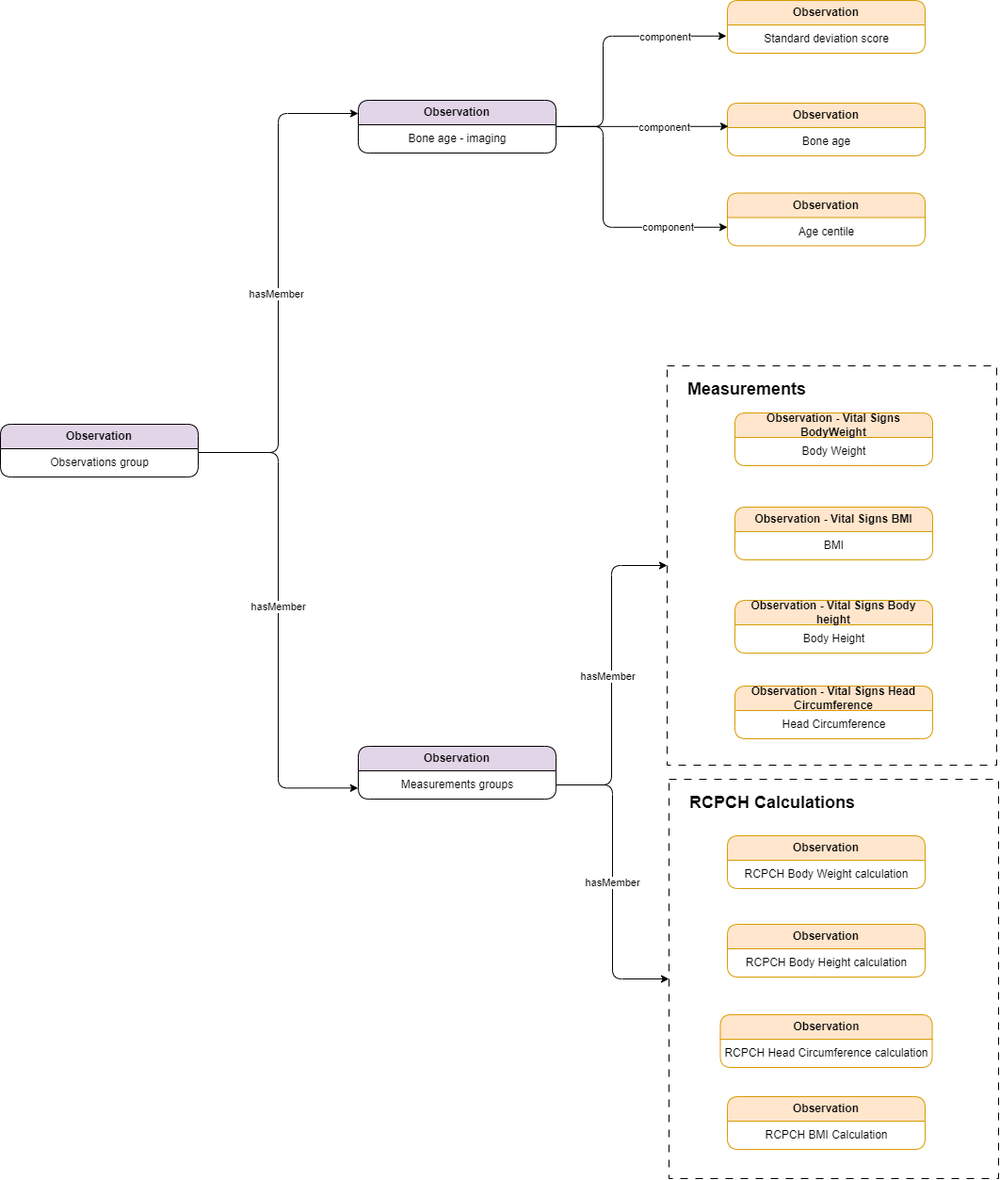
Above: Diagrams/LogicalModel-growthChart-ObservationGroup.png in GIGCymru/NHSWales-fhir-profiles (draw.io), before the change. Source tidied: cells renumbered, new cells last; positions are measured from the earlier drawing's top-left corner, leaving out a move shared by most shapes. Its diagram source:
```xml
<mxGraphModel>
  <root>
    <mxCell id="0" />
    <mxCell id="1" parent="0" />
    <mxCell id="2" value="&lt;b&gt;Observation&lt;/b&gt;" style="swimlane;fontStyle=0;horizontal=1;startSize=26;fillColor=#E1D5E7;whiteSpace=wrap;html=1;rounded=1;strokeColor=default;noLabel=0;backgroundOutline=0;" parent="1" vertex="1">
      <mxGeometry x="380" y="106" width="210" height="56" as="geometry" />
    </mxCell>
    <mxCell id="3" value="Bone age - imaging" style="text;html=1;align=center;verticalAlign=middle;points=[];strokeColor=none;fillColor=none;" parent="2" vertex="1">
      <mxGeometry y="26" width="210" height="30" as="geometry" />
    </mxCell>
    <mxCell id="4" value="&lt;b&gt;Observation&lt;/b&gt;" style="swimlane;fontStyle=0;horizontal=1;startSize=26;fillColor=#ffe6cc;whiteSpace=wrap;html=1;rounded=1;strokeColor=#d79b00;noLabel=0;backgroundOutline=0;" parent="1" vertex="1">
      <mxGeometry x="772" width="210" height="56" as="geometry" />
    </mxCell>
    <mxCell id="5" value="Standard deviation score" style="text;html=1;align=center;verticalAlign=middle;points=[];strokeColor=none;fillColor=none;" parent="4" vertex="1">
      <mxGeometry y="26" width="210" height="30" as="geometry" />
    </mxCell>
    <mxCell id="6" value="&lt;b&gt;Observation&lt;/b&gt;" style="swimlane;fontStyle=0;horizontal=1;startSize=26;fillColor=#ffe6cc;whiteSpace=wrap;html=1;rounded=1;strokeColor=#d79b00;noLabel=0;backgroundOutline=0;" parent="1" vertex="1">
      <mxGeometry x="772" y="109" width="210" height="56" as="geometry" />
    </mxCell>
    <mxCell id="7" value="Bone age" style="text;html=1;align=center;verticalAlign=middle;points=[];strokeColor=none;fillColor=none;" parent="6" vertex="1">
      <mxGeometry y="26" width="210" height="30" as="geometry" />
    </mxCell>
    <mxCell id="8" value="&lt;b&gt;Observation&lt;/b&gt;" style="swimlane;fontStyle=0;horizontal=1;startSize=26;fillColor=#ffe6cc;whiteSpace=wrap;html=1;rounded=1;strokeColor=#d79b00;noLabel=0;backgroundOutline=0;" parent="1" vertex="1">
      <mxGeometry x="772" y="204.5" width="210" height="56" as="geometry" />
    </mxCell>
    <mxCell id="9" value="Age centile" style="text;html=1;align=center;verticalAlign=middle;points=[];strokeColor=none;fillColor=none;" parent="8" vertex="1">
      <mxGeometry y="26" width="210" height="30" as="geometry" />
    </mxCell>
    <mxCell id="10" style="edgeStyle=orthogonalEdgeStyle;rounded=1;jettySize=auto;html=1;entryX=-0.005;entryY=0.392;entryDx=0;entryDy=0;entryPerimeter=0;curved=0;" parent="1" edge="1" source="2" target="5">
      <mxGeometry relative="1" as="geometry">
        <Array as="points">
          <mxPoint x="640" y="134" />
          <mxPoint x="640" y="38" />
        </Array>
      </mxGeometry>
    </mxCell>
    <mxCell id="11" value="component" style="edgeLabel;html=1;align=center;verticalAlign=middle;" parent="10" vertex="1">
      <mxGeometry x="0.6" y="-3" relative="1" as="geometry">
        <mxPoint x="-10" y="-3" as="offset" />
      </mxGeometry>
    </mxCell>
    <mxCell id="12" style="edgeStyle=orthogonalEdgeStyle;rounded=1;jettySize=auto;html=1;entryX=0.005;entryY=-0.042;entryDx=0;entryDy=0;entryPerimeter=0;curved=0;exitX=1.003;exitY=0.062;exitDx=0;exitDy=0;exitPerimeter=0;" parent="1" edge="1" source="3" target="7">
      <mxGeometry relative="1" as="geometry" />
    </mxCell>
    <mxCell id="13" value="component" style="edgeLabel;html=1;align=center;verticalAlign=middle;" parent="12" vertex="1">
      <mxGeometry x="0.5" y="3" relative="1" as="geometry">
        <mxPoint x="-23" y="3" as="offset" />
      </mxGeometry>
    </mxCell>
    <mxCell id="14" style="edgeStyle=orthogonalEdgeStyle;rounded=1;jettySize=auto;html=1;entryX=0;entryY=0.342;entryDx=0;entryDy=0;entryPerimeter=0;curved=0;exitX=1.006;exitY=0.062;exitDx=0;exitDy=0;exitPerimeter=0;" parent="1" edge="1" source="3" target="9">
      <mxGeometry relative="1" as="geometry">
        <Array as="points">
          <mxPoint x="640" y="134" />
          <mxPoint x="640" y="241" />
        </Array>
      </mxGeometry>
    </mxCell>
    <mxCell id="15" value="component" style="edgeLabel;html=1;align=center;verticalAlign=middle;" parent="14" vertex="1">
      <mxGeometry x="0.61" y="-3" relative="1" as="geometry">
        <mxPoint x="-8" y="-4" as="offset" />
      </mxGeometry>
    </mxCell>
    <mxCell id="16" value="&lt;b&gt;Observation&lt;/b&gt;" style="swimlane;fontStyle=0;horizontal=1;startSize=26;fillColor=#E1D5E7;whiteSpace=wrap;html=1;rounded=1;strokeColor=default;noLabel=0;backgroundOutline=0;" parent="1" vertex="1">
      <mxGeometry x="380" y="792" width="210" height="56" as="geometry" />
    </mxCell>
    <mxCell id="17" value="Measurements groups" style="text;html=1;align=center;verticalAlign=middle;points=[];strokeColor=none;fillColor=none;" parent="16" vertex="1">
      <mxGeometry y="26" width="210" height="30" as="geometry" />
    </mxCell>
    <mxCell id="18" style="edgeStyle=orthogonalEdgeStyle;rounded=1;jettySize=auto;html=1;entryX=0;entryY=0.25;entryDx=0;entryDy=0;curved=0;" parent="1" edge="1" source="20" target="2">
      <mxGeometry relative="1" as="geometry">
        <Array as="points">
          <mxPoint x="295" y="480" />
          <mxPoint x="295" y="120" />
        </Array>
      </mxGeometry>
    </mxCell>
    <mxCell id="19" value="hasMember" style="edgeLabel;html=1;align=center;verticalAlign=middle;" parent="18" vertex="1">
      <mxGeometry x="-0.53" y="3" relative="1" as="geometry">
        <mxPoint y="-129" as="offset" />
      </mxGeometry>
    </mxCell>
    <mxCell id="20" value="&lt;b&gt;Observation&lt;/b&gt;" style="swimlane;fontStyle=0;horizontal=1;startSize=26;fillColor=#E1D5E7;whiteSpace=wrap;html=1;rounded=1;strokeColor=default;noLabel=0;backgroundOutline=0;" parent="1" vertex="1">
      <mxGeometry y="450" width="210" height="56" as="geometry" />
    </mxCell>
    <mxCell id="21" value="Observations group" style="text;html=1;align=center;verticalAlign=middle;points=[];strokeColor=none;fillColor=none;" parent="20" vertex="1">
      <mxGeometry y="26" width="210" height="30" as="geometry" />
    </mxCell>
    <mxCell id="22" style="group;" parent="1" vertex="1">
      <mxGeometry x="710" y="827" width="350" height="424" as="geometry" />
    </mxCell>
    <mxCell id="23" style="rounded=0;whiteSpace=wrap;html=1;dashed=1;dashPattern=8 8;" parent="22" vertex="1">
      <mxGeometry width="350" height="424" as="geometry" />
    </mxCell>
    <mxCell id="24" value="&lt;b&gt;Observation&lt;/b&gt;" style="swimlane;fontStyle=0;horizontal=1;startSize=26;fillColor=#ffe6cc;whiteSpace=wrap;html=1;rounded=1;strokeColor=#d79b00;noLabel=0;backgroundOutline=0;" parent="22" vertex="1">
      <mxGeometry x="62" y="60" width="210" height="56" as="geometry" />
    </mxCell>
    <mxCell id="25" value="RCPCH Body Weight calculation" style="text;html=1;align=center;verticalAlign=middle;" parent="24" vertex="1">
      <mxGeometry y="26" width="210" height="30" as="geometry" />
    </mxCell>
    <mxCell id="26" value="&lt;b&gt;Observation&lt;/b&gt;" style="swimlane;fontStyle=0;horizontal=1;startSize=26;fillColor=#ffe6cc;whiteSpace=wrap;html=1;rounded=1;strokeColor=#d79b00;noLabel=0;backgroundOutline=0;" parent="22" vertex="1">
      <mxGeometry x="62" y="154" width="210" height="56" as="geometry" />
    </mxCell>
    <mxCell id="27" value="RCPCH Body Height calculation" style="text;html=1;align=center;verticalAlign=middle;" parent="26" vertex="1">
      <mxGeometry y="26" width="210" height="30" as="geometry" />
    </mxCell>
    <mxCell id="28" value="&lt;b&gt;Observation&lt;/b&gt;" style="swimlane;fontStyle=0;horizontal=1;startSize=26;fillColor=#ffe6cc;whiteSpace=wrap;html=1;rounded=1;strokeColor=#d79b00;noLabel=0;backgroundOutline=0;" parent="22" vertex="1">
      <mxGeometry x="54.5" y="250" width="225" height="56" as="geometry" />
    </mxCell>
    <mxCell id="29" value="RCPCH Head Circumference calculation" style="text;html=1;align=center;verticalAlign=middle;" parent="28" vertex="1">
      <mxGeometry y="26" width="225" height="30" as="geometry" />
    </mxCell>
    <mxCell id="30" value="&lt;b&gt;Observation&lt;/b&gt;" style="swimlane;fontStyle=0;horizontal=1;startSize=26;fillColor=#ffe6cc;whiteSpace=wrap;html=1;rounded=1;strokeColor=#d79b00;noLabel=0;backgroundOutline=0;" parent="22" vertex="1">
      <mxGeometry x="62" y="337" width="210" height="56" as="geometry" />
    </mxCell>
    <mxCell id="31" value="RCPCH BMI Calculation" style="text;html=1;align=center;verticalAlign=middle;" parent="30" vertex="1">
      <mxGeometry y="26" width="210" height="30" as="geometry" />
    </mxCell>
    <mxCell id="32" value="RCPCH Calculations" style="text;html=1;align=left;verticalAlign=middle;whiteSpace=wrap;rounded=0;fontSize=18;fontStyle=1;" parent="22" vertex="1">
      <mxGeometry x="20" y="10" width="200" height="30" as="geometry" />
    </mxCell>
    <mxCell id="33" style="group;" parent="1" vertex="1">
      <mxGeometry x="708" y="388" width="350" height="424" as="geometry" />
    </mxCell>
    <mxCell id="34" style="rounded=0;whiteSpace=wrap;html=1;dashed=1;dashPattern=8 8;" parent="33" vertex="1">
      <mxGeometry width="350" height="424" as="geometry" />
    </mxCell>
    <mxCell id="35" value="&lt;b&gt;Observation - Vital Signs BodyWeight&lt;/b&gt;" style="swimlane;fontStyle=0;horizontal=1;startSize=26;fillColor=#ffe6cc;whiteSpace=wrap;html=1;rounded=1;strokeColor=#d79b00;noLabel=0;backgroundOutline=0;" parent="33" vertex="1">
      <mxGeometry x="72" y="50" width="210" height="56" as="geometry" />
    </mxCell>
    <mxCell id="36" value="Body Weight" style="text;html=1;align=center;verticalAlign=middle;" parent="35" vertex="1">
      <mxGeometry y="26" width="210" height="30" as="geometry" />
    </mxCell>
    <mxCell id="37" value="&lt;b&gt;Observation - Vital Signs BMI&lt;/b&gt;" style="swimlane;fontStyle=0;horizontal=1;startSize=26;fillColor=#ffe6cc;whiteSpace=wrap;html=1;rounded=1;strokeColor=#d79b00;noLabel=0;backgroundOutline=0;" parent="33" vertex="1">
      <mxGeometry x="72" y="150" width="210" height="56" as="geometry" />
    </mxCell>
    <mxCell id="38" value="BMI" style="text;html=1;align=center;verticalAlign=middle;" parent="37" vertex="1">
      <mxGeometry y="26" width="210" height="30" as="geometry" />
    </mxCell>
    <mxCell id="39" value="&lt;b&gt;Observation - Vital Signs Body height&lt;/b&gt;" style="swimlane;fontStyle=0;horizontal=1;startSize=26;fillColor=#ffe6cc;whiteSpace=wrap;html=1;rounded=1;strokeColor=#d79b00;noLabel=0;backgroundOutline=0;" parent="33" vertex="1">
      <mxGeometry x="72" y="249" width="210" height="56" as="geometry" />
    </mxCell>
    <mxCell id="40" value="Body Height" style="text;html=1;align=center;verticalAlign=middle;" parent="39" vertex="1">
      <mxGeometry y="26" width="210" height="30" as="geometry" />
    </mxCell>
    <mxCell id="41" value="&lt;b&gt;Observation - Vital Signs Head Circumference&lt;/b&gt;" style="swimlane;fontStyle=0;horizontal=1;startSize=26;fillColor=#ffe6cc;whiteSpace=wrap;html=1;rounded=1;strokeColor=#d79b00;noLabel=0;backgroundOutline=0;" parent="33" vertex="1">
      <mxGeometry x="72" y="340" width="210" height="56" as="geometry" />
    </mxCell>
    <mxCell id="42" value="Head Circumference" style="text;html=1;align=center;verticalAlign=middle;" parent="41" vertex="1">
      <mxGeometry y="26" width="210" height="30" as="geometry" />
    </mxCell>
    <mxCell id="43" value="Measurements" style="text;html=1;align=left;verticalAlign=middle;whiteSpace=wrap;rounded=0;fontSize=18;fontStyle=1;" parent="33" vertex="1">
      <mxGeometry x="20" y="10" width="60" height="30" as="geometry" />
    </mxCell>
    <mxCell id="44" style="edgeStyle=orthogonalEdgeStyle;rounded=1;jettySize=auto;html=1;entryX=0;entryY=0.5;entryDx=0;entryDy=0;curved=0;" parent="1" edge="1" source="17" target="34">
      <mxGeometry relative="1" as="geometry" />
    </mxCell>
    <mxCell id="45" value="hasMember" style="edgeLabel;html=1;align=center;verticalAlign=middle;" parent="44" vertex="1">
      <mxGeometry y="5" relative="1" as="geometry" />
    </mxCell>
    <mxCell id="46" style="edgeStyle=orthogonalEdgeStyle;rounded=1;jettySize=auto;html=1;strokeColor=default;curved=0;" parent="1" edge="1" source="17" target="23">
      <mxGeometry relative="1" as="geometry" />
    </mxCell>
    <mxCell id="47" value="hasMember" style="edgeLabel;html=1;align=center;verticalAlign=middle;" parent="46" vertex="1">
      <mxGeometry x="0.01" y="-1" relative="1" as="geometry" />
    </mxCell>
    <mxCell id="48" style="edgeStyle=orthogonalEdgeStyle;rounded=1;jettySize=auto;html=1;entryX=-0.001;entryY=0.61;entryDx=0;entryDy=0;entryPerimeter=0;curved=0;" parent="1" edge="1" source="21" target="17">
      <mxGeometry relative="1" as="geometry">
        <Array as="points">
          <mxPoint x="295" y="480" />
          <mxPoint x="295" y="836" />
        </Array>
      </mxGeometry>
    </mxCell>
    <mxCell id="49" value="hasMember" style="edgeLabel;html=1;align=center;verticalAlign=middle;" parent="48" vertex="1">
      <mxGeometry x="-0.06" y="-1" relative="1" as="geometry" />
    </mxCell>
  </root>
</mxGraphModel>
```
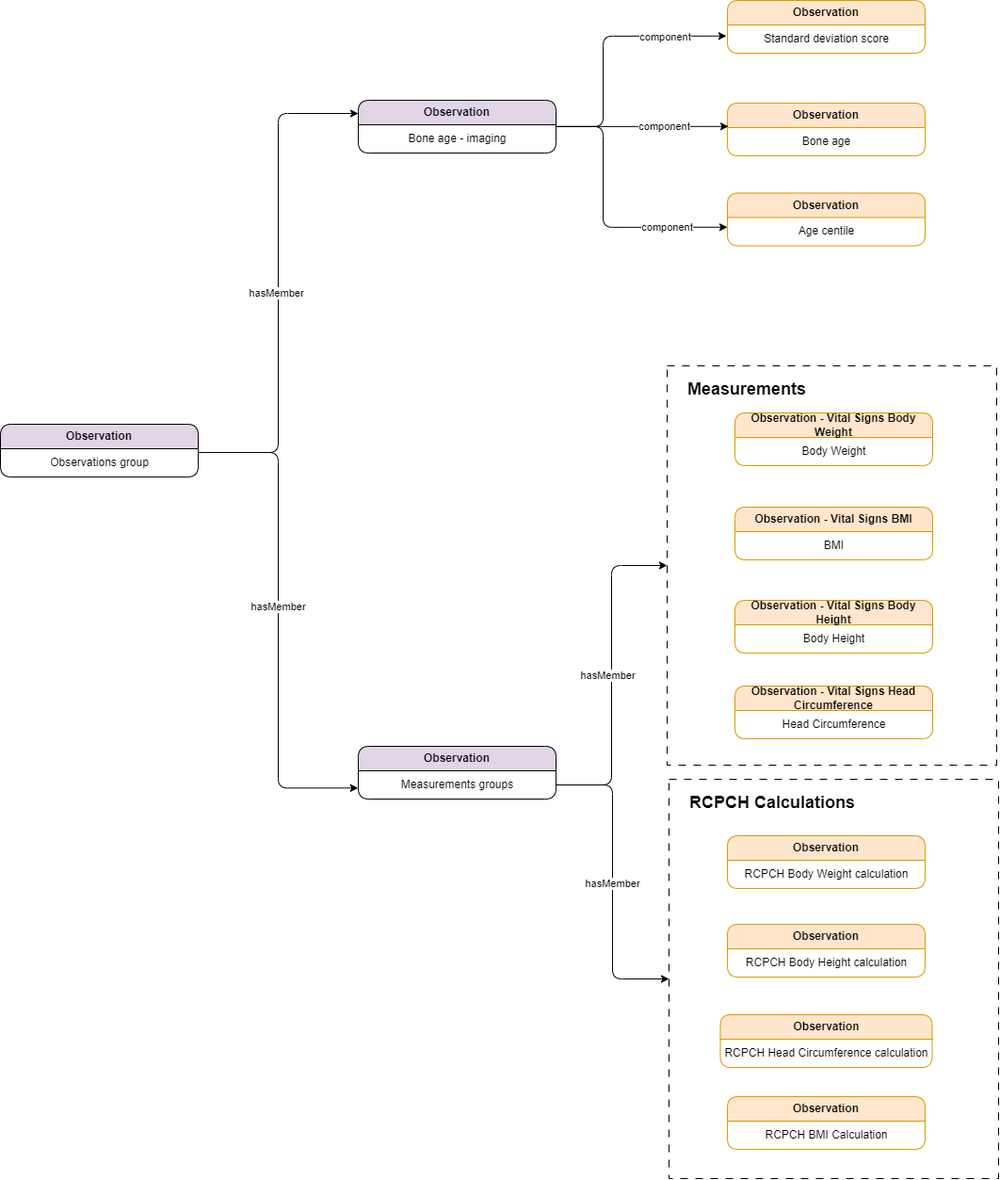
Later version of the same file.

What changed in the source:
```diff
@@ -124,7 +124,7 @@
     <mxCell id="34" style="rounded=0;whiteSpace=wrap;html=1;dashed=1;dashPattern=8 8;" parent="33" vertex="1">
       <mxGeometry width="350" height="424" as="geometry" />
     </mxCell>
-    <mxCell id="35" value="&lt;b&gt;Observation - Vital Signs BodyWeight&lt;/b&gt;" style="swimlane;fontStyle=0;horizontal=1;startSize=26;fillColor=#ffe6cc;whiteSpace=wrap;html=1;rounded=1;strokeColor=#d79b00;noLabel=0;backgroundOutline=0;" parent="33" vertex="1">
+    <mxCell id="35" value="&lt;b&gt;Observation - Vital Signs Body Weight&lt;/b&gt;" style="swimlane;fontStyle=0;horizontal=1;startSize=26;fillColor=#ffe6cc;whiteSpace=wrap;html=1;rounded=1;strokeColor=#d79b00;noLabel=0;backgroundOutline=0;" parent="33" vertex="1">
       <mxGeometry x="72" y="50" width="210" height="56" as="geometry" />
     </mxCell>
     <mxCell id="36" value="Body Weight" style="text;html=1;align=center;verticalAlign=middle;" parent="35" vertex="1">
@@ -136,7 +136,7 @@
     <mxCell id="38" value="BMI" style="text;html=1;align=center;verticalAlign=middle;" parent="37" vertex="1">
       <mxGeometry y="26" width="210" height="30" as="geometry" />
     </mxCell>
-    <mxCell id="39" value="&lt;b&gt;Observation - Vital Signs Body height&lt;/b&gt;" style="swimlane;fontStyle=0;horizontal=1;startSize=26;fillColor=#ffe6cc;whiteSpace=wrap;html=1;rounded=1;strokeColor=#d79b00;noLabel=0;backgroundOutline=0;" parent="33" vertex="1">
+    <mxCell id="39" value="&lt;b&gt;Observation - Vital Signs Body Height&lt;/b&gt;" style="swimlane;fontStyle=0;horizontal=1;startSize=26;fillColor=#ffe6cc;whiteSpace=wrap;html=1;rounded=1;strokeColor=#d79b00;noLabel=0;backgroundOutline=0;" parent="33" vertex="1">
       <mxGeometry x="72" y="249" width="210" height="56" as="geometry" />
     </mxCell>
     <mxCell id="40" value="Body Height" style="text;html=1;align=center;verticalAlign=middle;" parent="39" vertex="1">
```
